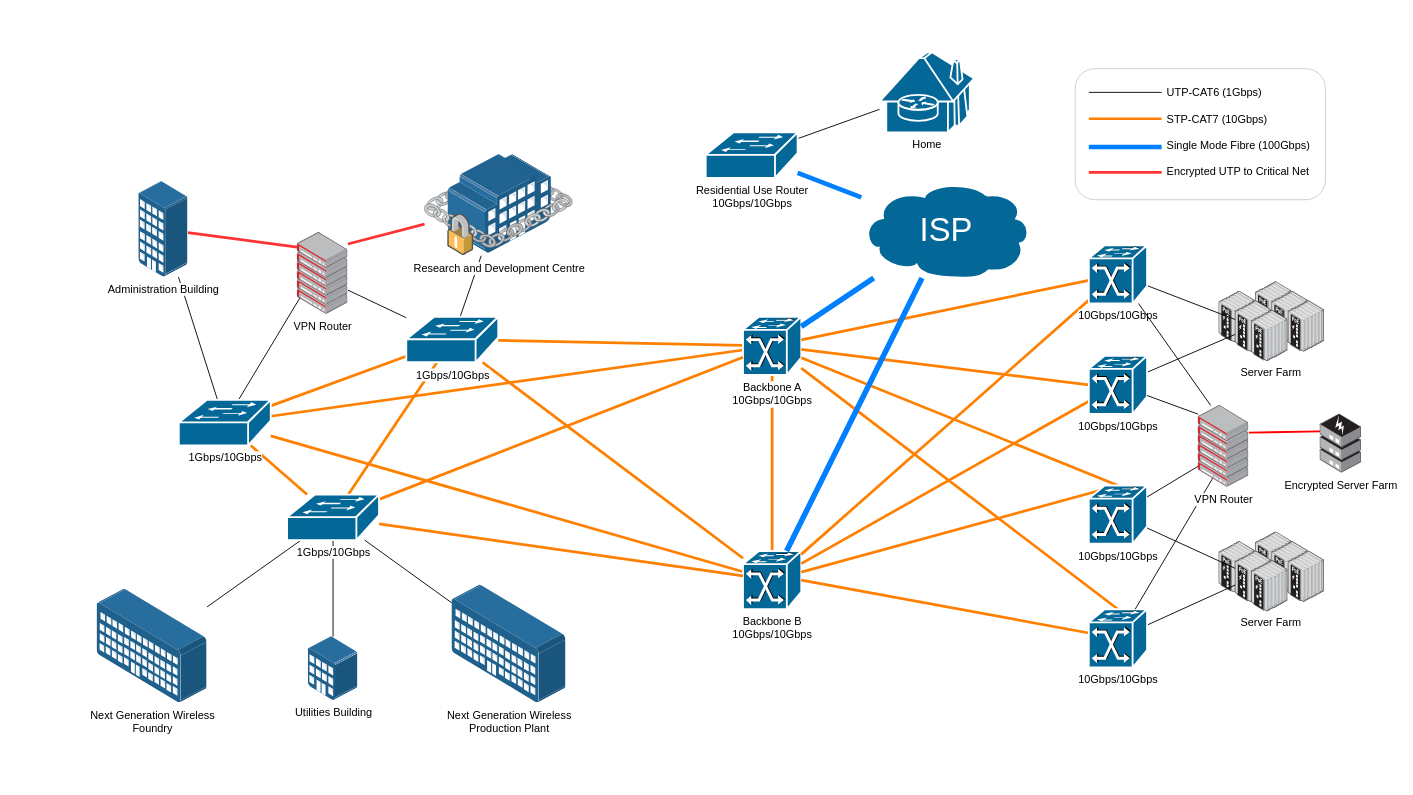
This is page "Building Scale" (1 of 5) of Net_diagram/EE6223CA2.drawio from doem97/EE6223, a draw.io file, before an edit. Source tidied: cells renumbered, new cells numbered last; positions are measured from the earlier drawing's top-left corner, leaving out a move shared by most shapes. Both pictures are drawn from the tidied source at 91%, with x=0, y=0 at pixel (96, 52).
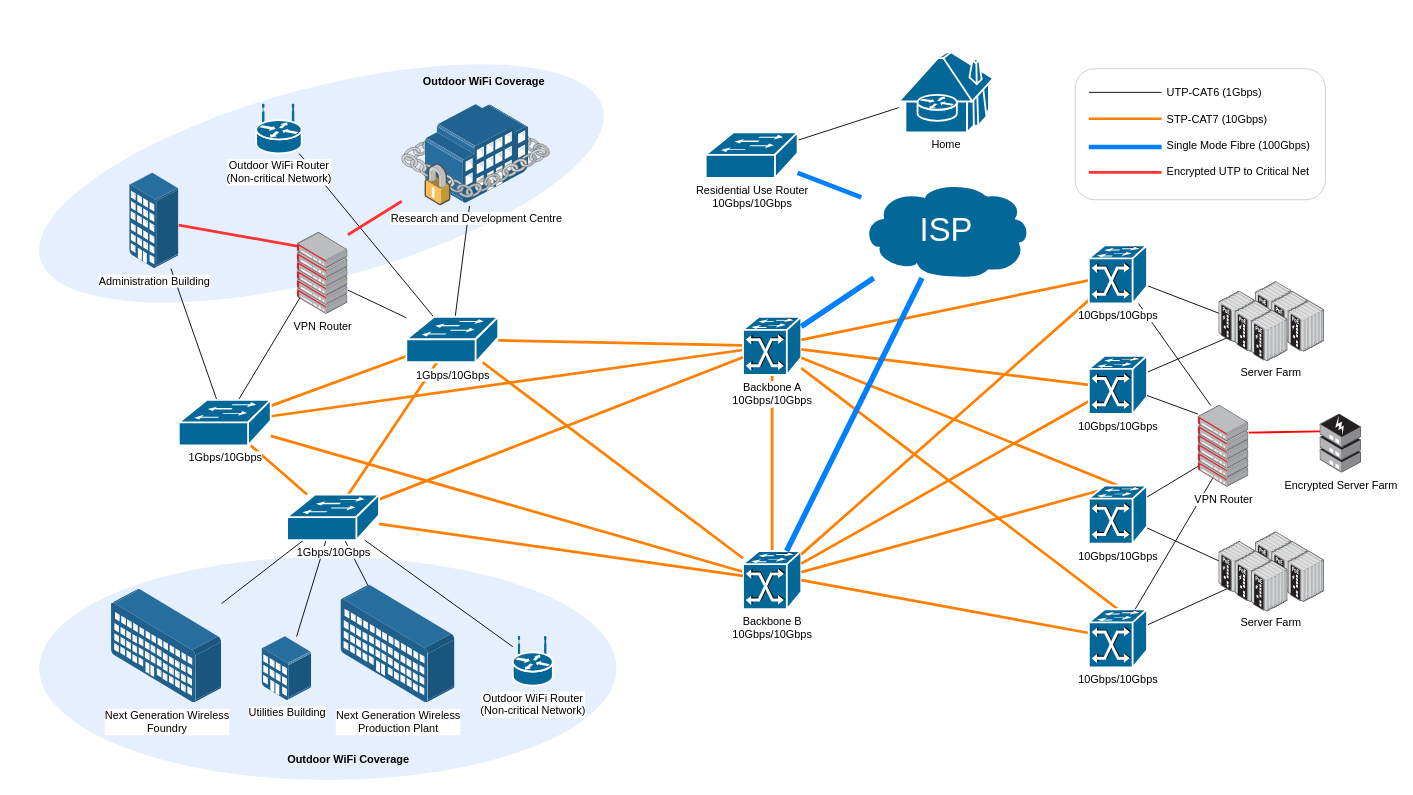
Above is the later version.

Unchanged cells that the change refers to:
```xml
<mxCell id="20" style="points=[];html=1;align=center;shadow=0;dashed=0;image;image=img/lib/allied_telesis/switch/Industrial_Ethernet_IE200_POE.svg;" parent="18" vertex="1">
  <mxGeometry x="18" y="10.6" width="40.2" height="56.4" as="geometry" />
</mxCell>
<mxCell id="30" style="points=[];html=1;align=center;shadow=0;dashed=0;image;image=img/lib/allied_telesis/switch/Industrial_Ethernet_IE200_POE.svg;" parent="28" vertex="1">
  <mxGeometry x="18" y="10.6" width="40.2" height="56.4" as="geometry" />
</mxCell>
<mxCell id="40" value="10Gbps/10Gbps" style="shape=mxgraph.cisco.switches.atm_fast_gigabit_etherswitch;html=1;dashed=0;fillColor=#036897;strokeColor=#ffffff;strokeWidth=2;verticalLabelPosition=bottom;verticalAlign=top;align=center;outlineConnect=0;labelBackgroundColor=#ffffff;" parent="1" vertex="1">
  <mxGeometry x="1090" y="333.4" width="64" height="64" as="geometry" />
</mxCell>
<mxCell id="44" value="10Gbps/10Gbps" style="shape=mxgraph.cisco.switches.atm_fast_gigabit_etherswitch;html=1;dashed=0;fillColor=#036897;strokeColor=#ffffff;strokeWidth=2;verticalLabelPosition=bottom;verticalAlign=top;align=center;outlineConnect=0;labelBackgroundColor=#ffffff;" parent="1" vertex="1">
  <mxGeometry x="1090" y="476" width="64" height="64" as="geometry" />
</mxCell>
<mxCell id="48" value="10Gbps/10Gbps" style="shape=mxgraph.cisco.switches.atm_fast_gigabit_etherswitch;html=1;dashed=0;fillColor=#036897;strokeColor=#ffffff;strokeWidth=2;verticalLabelPosition=bottom;verticalAlign=top;align=center;outlineConnect=0;labelBackgroundColor=#ffffff;" parent="1" vertex="1">
  <mxGeometry x="1090" y="612" width="64" height="64" as="geometry" />
</mxCell>
<mxCell id="53" value="1Gbps/10Gbps" style="shape=mxgraph.cisco.switches.workgroup_switch;html=1;dashed=0;fillColor=#036897;strokeColor=#ffffff;strokeWidth=2;verticalLabelPosition=bottom;verticalAlign=top;align=center;outlineConnect=0;labelBackgroundColor=#ffffff;" parent="1" vertex="1">
  <mxGeometry x="340" y="290.6" width="101" height="50" as="geometry" />
</mxCell>
<mxCell id="63" value="1Gbps/10Gbps" style="shape=mxgraph.cisco.switches.workgroup_switch;html=1;dashed=0;fillColor=#036897;strokeColor=#ffffff;strokeWidth=2;verticalLabelPosition=bottom;verticalAlign=top;align=center;outlineConnect=0;labelBackgroundColor=#ffffff;" parent="1" vertex="1">
  <mxGeometry x="209" y="486" width="101" height="50" as="geometry" />
</mxCell>
```

The edit, as a diff of the source:
```diff
@@
+    <mxCell id="41" style="rounded=0;jettySize=auto;html=1;elbow=vertical;endArrow=none;endFill=0;" parent="1" edge="1" source="44" target="30">
+      <mxGeometry relative="1" as="geometry" />
+    </mxCell>
+    <mxCell id="45" style="rounded=0;jettySize=auto;html=1;elbow=vertical;endArrow=none;endFill=0;" parent="1" edge="1" source="48" target="30">
+      <mxGeometry relative="1" as="geometry" />
+    </mxCell>
+    <mxCell id="37" style="rounded=0;jettySize=auto;html=1;elbow=vertical;endArrow=none;endFill=0;" parent="1" edge="1" source="40" target="20">
+      <mxGeometry relative="1" as="geometry" />
+    </mxCell>
+    <mxCell id="33" style="rounded=0;jettySize=auto;html=1;elbow=vertical;endArrow=none;endFill=0;" parent="1" edge="1" source="36" target="20">
+      <mxGeometry relative="1" as="geometry" />
+    </mxCell>
+    <mxCell id="108" style="ellipse;whiteSpace=wrap;html=1;fillColor=#dae8fc;strokeColor=none;opacity=70;rotation=0;" parent="1" vertex="1">
+      <mxGeometry x="-63.3" y="554.5" width="634.3" height="245.1" as="geometry" />
+    </mxCell>
+    <mxCell id="109" style="ellipse;whiteSpace=wrap;html=1;fillColor=#dae8fc;strokeColor=none;opacity=70;rotation=-15;" parent="1" vertex="1">
+      <mxGeometry x="-73.3" y="39" width="640" height="210" as="geometry" />
+    </mxCell>
     <mxCell id="2" value="Next Generation Wireless&lt;br&gt;Production Plant" style="points=[];html=1;align=center;shadow=0;dashed=0;image;image=img/lib/allied_telesis/buildings/Long_Building.svg;labelBackgroundColor=#ffffff;" parent="1" vertex="1">
-      <mxGeometry x="390" y="585.4" width="125.4" height="129.6" as="geometry" />
+      <mxGeometry x="268" y="585.4" width="125.4" height="129.6" as="geometry" />
     </mxCell>
     <mxCell id="3" value="Home" style="shape=mxgraph.cisco.buildings.telecommuter_house;html=1;dashed=0;fillColor=#036897;strokeColor=#ffffff;strokeWidth=2;verticalLabelPosition=bottom;verticalAlign=top;align=center;outlineConnect=0;labelBackgroundColor=#ffffff;" parent="1" vertex="1">
-      <mxGeometry x="860" width="104" height="88" as="geometry" />
+      <mxGeometry x="881" width="104" height="88" as="geometry" />
     </mxCell>
     <mxCell id="4" value="Next Generation Wireless&lt;br&gt;Foundry" style="points=[];html=1;align=center;shadow=0;dashed=0;image;image=img/lib/allied_telesis/buildings/Long_Building.svg;labelBackgroundColor=#ffffff;" parent="1" vertex="1">
-      <mxGeometry y="590" width="121" height="125" as="geometry" />
+      <mxGeometry x="16" y="590" width="121" height="125" as="geometry" />
     </mxCell>
     <mxCell id="5" value="Utilities Building" style="points=[];html=1;align=center;shadow=0;dashed=0;image;image=img/lib/allied_telesis/buildings/Medium_Business_Building.svg;labelBackgroundColor=#ffffff;" parent="1" vertex="1">
-      <mxGeometry x="232.2" y="642" width="54.6" height="70.2" as="geometry" />
+      <mxGeometry x="181.4" y="642" width="54.6" height="70.2" as="geometry" />
     </mxCell>
@@
-    <mxCell id="33" style="rounded=0;jettySize=auto;html=1;elbow=vertical;endArrow=none;endFill=0;" parent="1" edge="1" source="36" target="20">
-      <mxGeometry relative="1" as="geometry" />
-    </mxCell>
@@
-    <mxCell id="36" value="10Gbps/10Gbps" style="shape=mxgraph.cisco.switches.atm_fast_gigabit_etherswitch;html=1;dashed=0;fillColor=#036897;strokeColor=#ffffff;strokeWidth=2;verticalLabelPosition=bottom;verticalAlign=top;align=center;outlineConnect=0;labelBackgroundColor=#ffffff;" parent="1" vertex="1">
-      <mxGeometry x="1090" y="212" width="64" height="64" as="geometry" />
-    </mxCell>
-    <mxCell id="37" style="rounded=0;jettySize=auto;html=1;elbow=vertical;endArrow=none;endFill=0;" parent="1" edge="1" source="40" target="20">
-      <mxGeometry relative="1" as="geometry" />
-    </mxCell>
@@
-    <mxCell id="41" style="rounded=0;jettySize=auto;html=1;elbow=vertical;endArrow=none;endFill=0;" parent="1" edge="1" source="44" target="30">
-      <mxGeometry relative="1" as="geometry" />
-    </mxCell>
@@
-    <mxCell id="45" style="rounded=0;jettySize=auto;html=1;elbow=vertical;endArrow=none;endFill=0;" parent="1" edge="1" source="48" target="30">
-      <mxGeometry relative="1" as="geometry" />
-    </mxCell>
@@
+    <mxCell id="110" style="edgeStyle=none;rounded=0;jettySize=auto;html=1;endArrow=none;endFill=0;strokeWidth=1;" parent="1" edge="1" source="53" target="112">
+      <mxGeometry relative="1" as="geometry" />
+    </mxCell>
@@
+    <mxCell id="111" style="edgeStyle=none;rounded=0;jettySize=auto;html=1;endArrow=none;endFill=0;strokeColor=#000000;strokeWidth=1;" parent="1" edge="1" source="63" target="114">
+      <mxGeometry relative="1" as="geometry" />
+    </mxCell>
@@
     <mxCell id="72" value="Research and Development Centre" style="points=[];html=1;align=center;shadow=0;dashed=0;image;image=img/lib/allied_telesis/buildings/Secure_Building.svg;labelBackgroundColor=#ffffff;" parent="1" vertex="1">
-      <mxGeometry x="360" y="112" width="163.2" height="111.6" as="geometry" />
+      <mxGeometry x="335" y="57.2" width="163.2" height="111.6" as="geometry" />
     </mxCell>
@@
     <mxCell id="74" value="Administration Building" style="points=[];html=1;align=center;shadow=0;dashed=0;image;image=img/lib/allied_telesis/buildings/Apartments.svg;labelBackgroundColor=#ffffff;" parent="1" vertex="1">
-      <mxGeometry x="46" y="142" width="54" height="105" as="geometry" />
+      <mxGeometry x="36" y="132.6" width="54" height="105" as="geometry" />
     </mxCell>
@@
+    <mxCell id="112" value="Outdoor WiFi Router&lt;br&gt;(Non-critical Network)" style="shape=mxgraph.cisco.routers.wireless_router;html=1;dashed=0;fillColor=#036897;strokeColor=#ffffff;strokeWidth=2;verticalLabelPosition=bottom;verticalAlign=top;align=center;outlineConnect=0;labelBackgroundColor=#ffffff;" parent="1" vertex="1">
+      <mxGeometry x="175" y="57.2" width="50" height="54" as="geometry" />
+    </mxCell>
+    <mxCell id="113" value="Outdoor WiFi Coverage" style="text;html=1;align=center;verticalAlign=middle;labelBackgroundColor=none;fontStyle=1;" parent="1" vertex="1">
+      <mxGeometry x="350" y="22" width="150" height="20" as="geometry" />
+    </mxCell>
+    <mxCell id="114" value="Outdoor WiFi Router&lt;br&gt;(Non-critical Network)" style="shape=mxgraph.cisco.routers.wireless_router;html=1;dashed=0;fillColor=#036897;strokeColor=#ffffff;strokeWidth=2;verticalLabelPosition=bottom;verticalAlign=top;align=center;outlineConnect=0;labelBackgroundColor=#ffffff;" parent="1" vertex="1">
+      <mxGeometry x="457" y="642" width="44" height="54" as="geometry" />
+    </mxCell>
+    <mxCell id="115" value="Outdoor WiFi Coverage" style="text;html=1;align=center;verticalAlign=middle;labelBackgroundColor=none;fontStyle=1;" parent="1" vertex="1">
+      <mxGeometry x="201" y="767" width="150" height="20" as="geometry" />
+    </mxCell>
+    <mxCell id="36" value="10Gbps/10Gbps" style="shape=mxgraph.cisco.switches.atm_fast_gigabit_etherswitch;html=1;dashed=0;fillColor=#036897;strokeColor=#ffffff;strokeWidth=2;verticalLabelPosition=bottom;verticalAlign=top;align=center;outlineConnect=0;labelBackgroundColor=#ffffff;" parent="1" vertex="1">
+      <mxGeometry x="1090" y="212" width="64" height="64" as="geometry" />
+    </mxCell>
```
